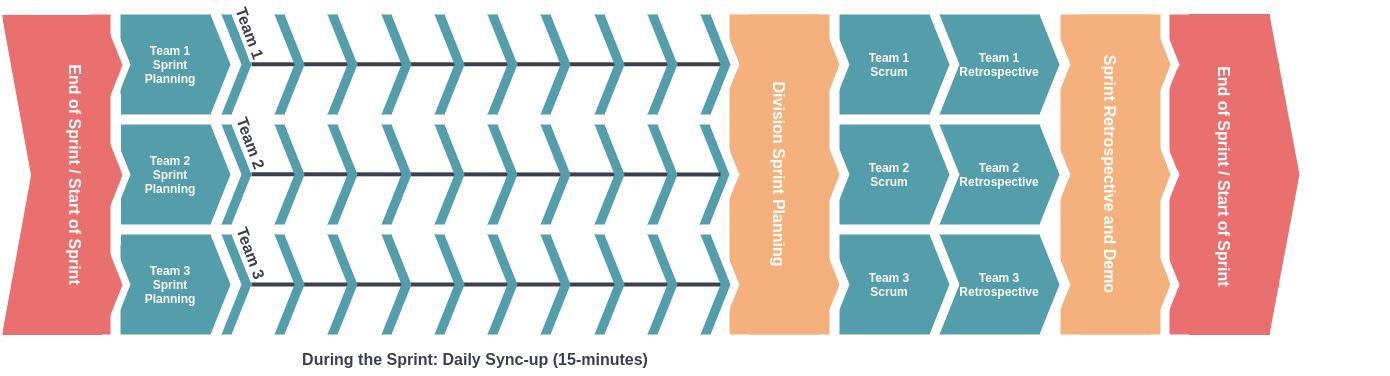
This is sprint_process.drawio.png from packbackbooks/engineering-docs, a draw.io export, as it was before one commit. Source tidied: cells renumbered, new cells last; positions are measured from the earlier drawing's top-left corner, leaving out a move shared by most shapes.
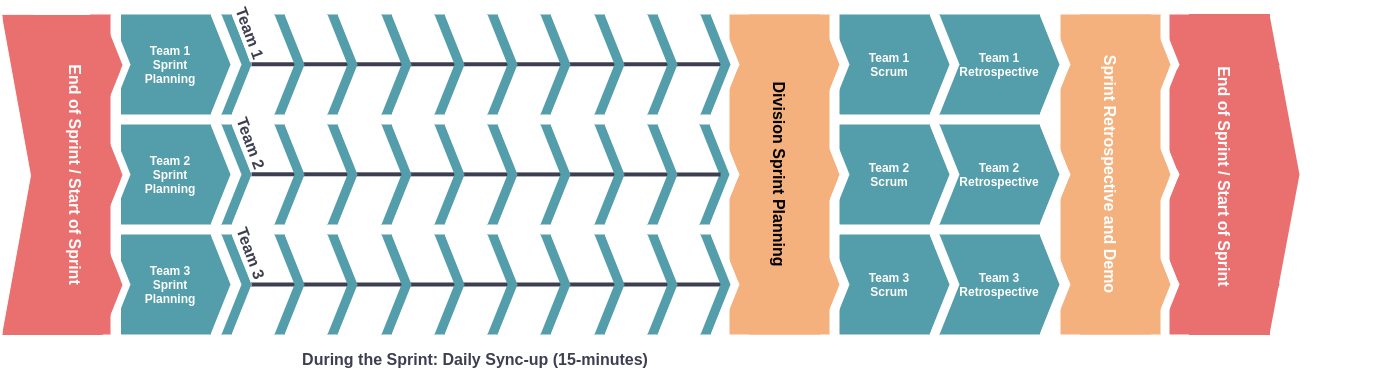
Above is the later version.

Commit message:
MGMT-51 Improve image contrast

The edit, as a diff of the source:
```diff
@@ -1,4 +1,4 @@
-<mxGraphModel>
+<mxGraphModel background="#ffffff">
   <root>
     <mxCell id="0" />
     <mxCell id="1" parent="0" />
@@ -29,7 +29,7 @@
     <mxCell id="10" style="shape=step;perimeter=stepPerimeter;whiteSpace=wrap;html=1;fixedSize=1;strokeColor=#EA7070;fillColor=#EA7070;rotation=-180;" parent="5" vertex="1">
       <mxGeometry x="-2" y="55" width="120" height="100" as="geometry" />
     </mxCell>
-    <mxCell id="11" style="rounded=0;whiteSpace=wrap;html=1;strokeWidth=1;strokeColor=none;" parent="5" vertex="1">
+    <mxCell id="11" style="rounded=0;whiteSpace=wrap;html=1;strokeWidth=1;strokeColor=none;fillColor=#FFFFFF;" parent="5" vertex="1">
       <mxGeometry x="-10" y="-10" width="20" height="340" as="geometry" />
     </mxCell>
     <mxCell id="12" value="&lt;b&gt;&lt;font color=&quot;#ffffff&quot; style=&quot;font-size: 16px&quot;&gt;End of Sprint / Start of Sprint&lt;/font&gt;&lt;/b&gt;" style="text;html=1;strokeColor=none;fillColor=none;align=center;verticalAlign=middle;whiteSpace=wrap;rounded=0;rotation=90;" parent="5" vertex="1">
@@ -59,7 +59,7 @@
     <mxCell id="20" style="shape=step;perimeter=stepPerimeter;whiteSpace=wrap;html=1;fixedSize=1;strokeColor=none;fillColor=#F4B17D;rotation=-180;" parent="15" vertex="1">
       <mxGeometry x="-2" y="55" width="120" height="100" as="geometry" />
     </mxCell>
-    <mxCell id="21" style="rounded=0;whiteSpace=wrap;html=1;strokeWidth=1;strokeColor=none;" parent="15" vertex="1">
+    <mxCell id="21" style="rounded=0;whiteSpace=wrap;html=1;strokeWidth=1;strokeColor=none;fillColor=#FFFFFF;" parent="15" vertex="1">
       <mxGeometry x="-10" y="-10" width="20" height="340" as="geometry" />
     </mxCell>
     <mxCell id="22" style="rounded=0;whiteSpace=wrap;html=1;strokeColor=none;strokeWidth=1;fillColor=#F4B17D;" parent="14" vertex="1">
@@ -74,7 +74,7 @@
     <mxCell id="25" value="&lt;b&gt;&lt;font color=&quot;#ffffff&quot;&gt;Team 1&lt;br&gt;Scrum&lt;/font&gt;&lt;/b&gt;" style="shape=step;perimeter=stepPerimeter;whiteSpace=wrap;html=1;fixedSize=1;strokeColor=none;fillColor=#539EAA;" parent="24" vertex="1">
       <mxGeometry x="10" y="10" width="120" height="100" as="geometry" />
     </mxCell>
-    <mxCell id="26" style="rounded=0;whiteSpace=wrap;html=1;strokeColor=none;strokeWidth=1;" parent="24" vertex="1">
+    <mxCell id="26" style="rounded=0;whiteSpace=wrap;html=1;strokeColor=none;strokeWidth=1;fillColor=#FFFFFF;" parent="24" vertex="1">
       <mxGeometry width="20" height="120" as="geometry" />
     </mxCell>
     <mxCell id="27" style="group;" parent="1" vertex="1">
@@ -83,7 +83,7 @@
     <mxCell id="28" value="&lt;b&gt;&lt;font color=&quot;#ffffff&quot;&gt;Team 2&lt;br&gt;Scrum&lt;/font&gt;&lt;/b&gt;" style="shape=step;perimeter=stepPerimeter;whiteSpace=wrap;html=1;fixedSize=1;strokeColor=none;fillColor=#539EAA;" parent="27" vertex="1">
       <mxGeometry x="10" y="10" width="120" height="100" as="geometry" />
     </mxCell>
-    <mxCell id="29" style="rounded=0;whiteSpace=wrap;html=1;strokeColor=none;strokeWidth=1;" parent="27" vertex="1">
+    <mxCell id="29" style="rounded=0;whiteSpace=wrap;html=1;strokeColor=none;strokeWidth=1;fillColor=#FFFFFF;" parent="27" vertex="1">
       <mxGeometry width="20" height="120" as="geometry" />
     </mxCell>
     <mxCell id="30" style="group;" parent="1" vertex="1">
@@ -92,7 +92,7 @@
     <mxCell id="31" value="&lt;font color=&quot;#ffffff&quot;&gt;&lt;b&gt;Team 3&lt;br&gt;Scrum&lt;/b&gt;&lt;/font&gt;" style="shape=step;perimeter=stepPerimeter;whiteSpace=wrap;html=1;fixedSize=1;strokeColor=none;fillColor=#539EAA;" parent="30" vertex="1">
       <mxGeometry x="10" y="10" width="120" height="100" as="geometry" />
     </mxCell>
-    <mxCell id="32" style="rounded=0;whiteSpace=wrap;html=1;strokeColor=none;strokeWidth=1;" parent="30" vertex="1">
+    <mxCell id="32" style="rounded=0;whiteSpace=wrap;html=1;strokeColor=none;strokeWidth=1;fillColor=#FFFFFF;" parent="30" vertex="1">
       <mxGeometry width="20" height="120" as="geometry" />
     </mxCell>
     <mxCell id="33" style="group;" parent="1" vertex="1">
@@ -116,7 +116,7 @@
     <mxCell id="39" style="shape=step;perimeter=stepPerimeter;whiteSpace=wrap;html=1;fixedSize=1;strokeColor=none;fillColor=#F4B17D;rotation=-180;" parent="34" vertex="1">
       <mxGeometry x="-2" y="55" width="120" height="100" as="geometry" />
     </mxCell>
-    <mxCell id="40" style="rounded=0;whiteSpace=wrap;html=1;strokeWidth=1;strokeColor=none;" parent="34" vertex="1">
+    <mxCell id="40" style="rounded=0;whiteSpace=wrap;html=1;strokeWidth=1;strokeColor=none;fillColor=#FFFFFF;" parent="34" vertex="1">
       <mxGeometry x="-10" y="-10" width="20" height="340" as="geometry" />
     </mxCell>
     <mxCell id="41" style="shape=step;perimeter=stepPerimeter;whiteSpace=wrap;html=1;fixedSize=1;fillColor=#539EAA;strokeColor=none;" parent="34" vertex="1">
@@ -125,7 +125,7 @@
     <mxCell id="42" style="rounded=0;whiteSpace=wrap;html=1;strokeColor=none;strokeWidth=1;fillColor=#F4B17D;" parent="33" vertex="1">
       <mxGeometry x="30" width="80" height="320" as="geometry" />
     </mxCell>
-    <mxCell id="43" value="&lt;b&gt;&lt;font style=&quot;font-size: 16px&quot; color=&quot;#ffffff&quot;&gt;Division Sprint Planning&lt;/font&gt;&lt;/b&gt;" style="text;html=1;strokeColor=none;fillColor=none;align=center;verticalAlign=middle;whiteSpace=wrap;rounded=0;rotation=90;" parent="33" vertex="1">
+    <mxCell id="43" value="&lt;b&gt;&lt;font style=&quot;font-size: 16px&quot;&gt;Division Sprint Planning&lt;/font&gt;&lt;/b&gt;" style="text;html=1;strokeColor=none;fillColor=none;align=center;verticalAlign=middle;whiteSpace=wrap;rounded=0;rotation=90;fontColor=#000000;" parent="33" vertex="1">
       <mxGeometry x="-65" y="145" width="250" height="30" as="geometry" />
     </mxCell>
     <mxCell id="44" value="&lt;b&gt;&lt;font color=&quot;#ffffff&quot;&gt;Team 1&lt;br&gt;Retrospective&lt;/font&gt;&lt;/b&gt;" style="shape=step;perimeter=stepPerimeter;whiteSpace=wrap;html=1;fixedSize=1;strokeColor=none;fillColor=#539EAA;" parent="1" vertex="1">
@@ -146,7 +146,7 @@
     <mxCell id="49" style="endArrow=none;html=1;rounded=0;fontSize=16;fontColor=#FFFFFF;strokeWidth=4;strokeColor=#3D3F51;entryX=0.833;entryY=0.5;entryDx=0;entryDy=0;entryPerimeter=0;" parent="48" edge="1" source="60" target="62">
       <mxGeometry relative="1" as="geometry" />
     </mxCell>
-    <mxCell id="50" style="triangle;whiteSpace=wrap;html=1;strokeWidth=1;strokeColor=#FFFFFF;" parent="48" vertex="1">
+    <mxCell id="50" style="triangle;whiteSpace=wrap;html=1;strokeWidth=1;fontColor=#333333;strokeColor=#FFFFFF;fillColor=#FFFFFF;" parent="48" vertex="1">
       <mxGeometry width="30" height="320" as="geometry" />
     </mxCell>
     <mxCell id="51" style="group;" parent="48" vertex="1">
@@ -272,7 +272,7 @@
     <mxCell id="89" value="&lt;b&gt;&lt;font color=&quot;#ffffff&quot;&gt;Team 1&lt;br&gt;Sprint&lt;br&gt;Planning&lt;/font&gt;&lt;/b&gt;" style="shape=step;perimeter=stepPerimeter;whiteSpace=wrap;html=1;fixedSize=1;strokeColor=none;fillColor=#539EAA;" parent="88" vertex="1">
       <mxGeometry x="10" y="10" width="120" height="100" as="geometry" />
     </mxCell>
-    <mxCell id="90" style="rounded=0;whiteSpace=wrap;html=1;strokeColor=none;strokeWidth=1;" parent="88" vertex="1">
+    <mxCell id="90" style="rounded=0;whiteSpace=wrap;html=1;strokeWidth=1;fontColor=#333333;fillColor=#FFFFFF;strokeColor=#FFFFFF;" parent="88" vertex="1">
       <mxGeometry width="20" height="120" as="geometry" />
     </mxCell>
     <mxCell id="91" style="group;" parent="48" vertex="1">
@@ -290,10 +290,10 @@
     <mxCell id="95" value="&lt;font color=&quot;#ffffff&quot;&gt;&lt;b&gt;Team 3&lt;br&gt;Sprint&lt;br&gt;Planning&lt;/b&gt;&lt;/font&gt;" style="shape=step;perimeter=stepPerimeter;whiteSpace=wrap;html=1;fixedSize=1;strokeColor=none;fillColor=#539EAA;" parent="94" vertex="1">
       <mxGeometry x="10" y="10" width="120" height="100" as="geometry" />
     </mxCell>
-    <mxCell id="96" style="rounded=0;whiteSpace=wrap;html=1;strokeColor=none;strokeWidth=1;" parent="94" vertex="1">
+    <mxCell id="96" style="rounded=0;whiteSpace=wrap;html=1;strokeWidth=1;fontColor=#333333;fillColor=#FFFFFF;strokeColor=#FFFFFF;" parent="94" vertex="1">
       <mxGeometry width="20" height="120" as="geometry" />
     </mxCell>
-    <mxCell id="97" style="rounded=0;whiteSpace=wrap;html=1;strokeWidth=1;strokeColor=#FFFFFF;" parent="1" vertex="1">
+    <mxCell id="97" style="rounded=0;whiteSpace=wrap;html=1;strokeWidth=1;fontColor=#333333;fillColor=#FFFFFF;strokeColor=#FFFFFF;" parent="1" vertex="1">
       <mxGeometry x="190" y="90" width="20" height="150" as="geometry" />
     </mxCell>
     <mxCell id="98" value="&lt;b&gt;During the Sprint: Daily Sync-up (15-minutes)&lt;/b&gt;" style="text;html=1;strokeColor=none;fillColor=none;align=center;verticalAlign=middle;whiteSpace=wrap;rounded=0;labelBackgroundColor=none;fontSize=16;fontColor=#3D3F51;" parent="1" vertex="1">
@@ -326,7 +326,7 @@
     <mxCell id="107" style="rounded=0;whiteSpace=wrap;html=1;labelBackgroundColor=none;fontSize=16;fontColor=#3D3F51;strokeColor=none;strokeWidth=1;fillColor=#EA7070;" parent="99" vertex="1">
       <mxGeometry x="90" y="4" width="20" height="320" as="geometry" />
     </mxCell>
-    <mxCell id="108" style="triangle;whiteSpace=wrap;html=1;labelBackgroundColor=none;fontSize=16;strokeWidth=1;strokeColor=#FFFFFF;" parent="99" vertex="1">
+    <mxCell id="108" style="triangle;whiteSpace=wrap;html=1;labelBackgroundColor=none;fontSize=16;strokeWidth=1;fontColor=#333333;fillColor=#FFFFFF;strokeColor=#FFFFFF;" parent="99" vertex="1">
       <mxGeometry width="30" height="330" as="geometry" />
     </mxCell>
   </root>
```
